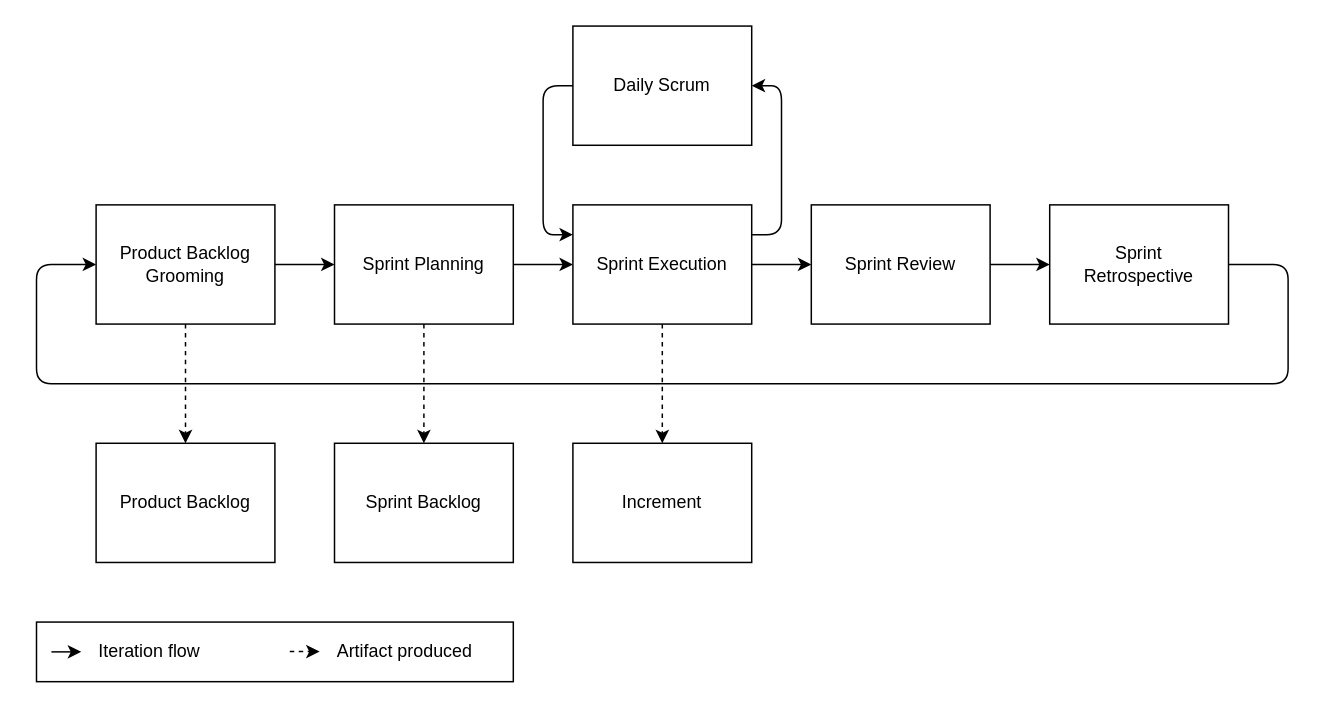
Above: design/scrum-diagram.drawio in gldnpz17/skripsi-app (draw.io), before the change. Source tidied: cells renumbered, new cells numbered last; positions are measured from the earlier drawing's top-left corner, leaving out a move shared by most shapes. Both pictures are drawn from the tidied source at 149%, with x=0, y=0 at pixel (36, 25).
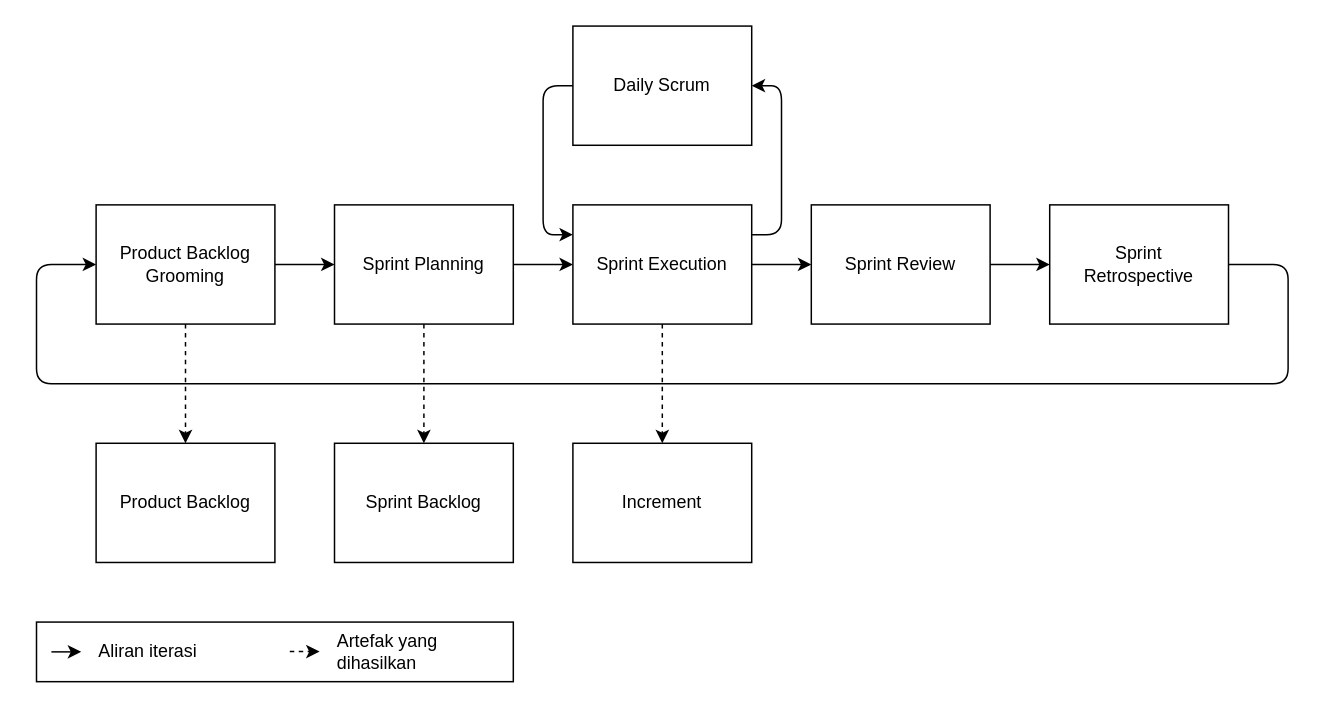
The same page after the edit.

Diff of the diagram source:
```diff
@@
-    <mxCell id="22" value="Iteration flow" style="text;html=1;strokeColor=none;fillColor=none;align=left;verticalAlign=middle;whiteSpace=wrap;rounded=0;" parent="1" vertex="1">
+    <mxCell id="22" value="Aliran iterasi" style="text;html=1;strokeColor=none;fillColor=none;align=left;verticalAlign=middle;whiteSpace=wrap;rounded=0;" parent="1" vertex="1">
       <mxGeometry x="40" y="405" width="90" height="30" as="geometry" />
     </mxCell>
-    <mxCell id="23" value="Artifact produced" style="text;html=1;strokeColor=none;fillColor=none;align=left;verticalAlign=middle;whiteSpace=wrap;rounded=0;" parent="1" vertex="1">
+    <mxCell id="23" value="Artefak yang dihasilkan" style="text;html=1;strokeColor=none;fillColor=none;align=left;verticalAlign=middle;whiteSpace=wrap;rounded=0;" parent="1" vertex="1">
       <mxGeometry x="200" y="405" width="120" height="30" as="geometry" />
     </mxCell>
```
